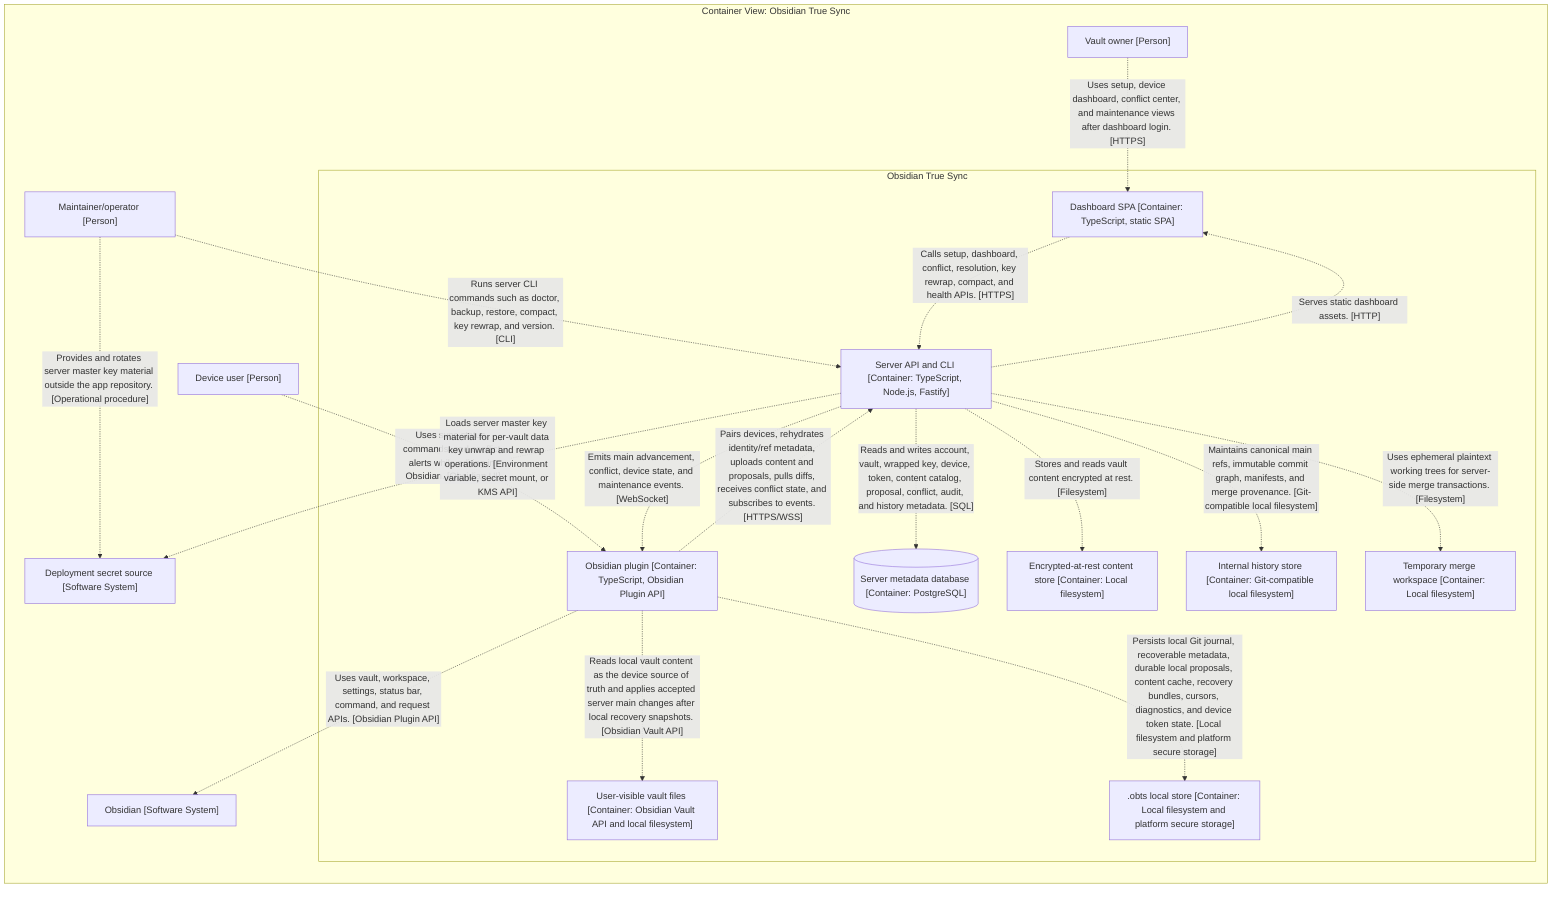
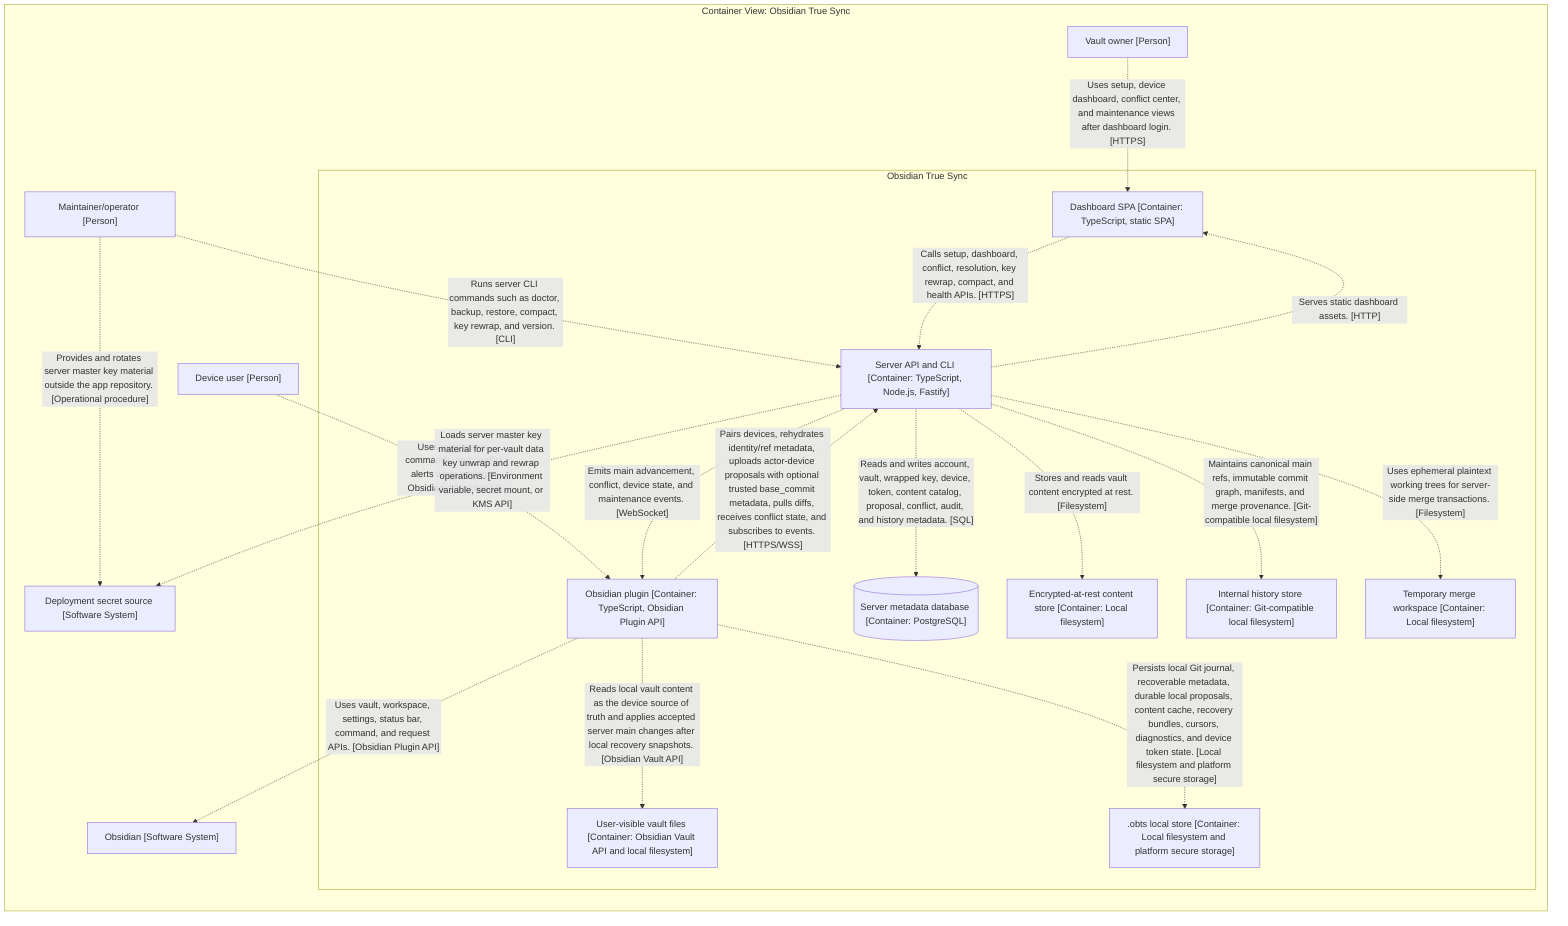
graph LR

  subgraph diagram ["Container View: Obsidian True Sync"]

    1["Vault owner [Person]"]
    2["Device user [Person]"]
    3["Maintainer/operator [Person]"]
    4["Obsidian [Software System]"]
    5["Deployment secret source [Software System]"]

    subgraph 6 ["Obsidian True Sync"]

      22["Dashboard SPA [Container: TypeScript, static SPA]"]
      29["Obsidian plugin [Container: TypeScript, Obsidian Plugin API]"]
      42["User-visible vault files [Container: Obsidian Vault API and local filesystem]"]
      43[".obts local store [Container: Local filesystem and platform secure storage]"]
      44[("Server metadata database [Container: PostgreSQL]")]
      45["Encrypted-at-rest content store [Container: Local filesystem]"]
      46["Internal history store [Container: Git-compatible local filesystem]"]
      47["Temporary merge workspace [Container: Local filesystem]"]
      7["Server API and CLI [Container: TypeScript, Node.js, Fastify]"]
    end

    3-. "Runs server CLI commands such as doctor, backup, restore, compact, key rewrap, and version. [CLI]" .->7
    3-. "Provides and rotates server master key material outside the app repository. [Operational procedure]" .->5
    1-. "Uses setup, device dashboard, conflict center, and maintenance views after dashboard login. [HTTPS]" .->22
    2-. "Uses sync status, commands, and conflict alerts while editing in Obsidian. [Obsidian UI]" .->29
    7-. "Serves static dashboard assets. [HTTP]" .->22
    22-. "Calls setup, dashboard, conflict, resolution, key rewrap, compact, and health APIs. [HTTPS]" .->7
    29-. "Uses vault, workspace, settings, status bar, command, and request APIs. [Obsidian Plugin API]" .->4
-     29-. "Pairs devices, rehydrates identity/ref metadata, uploads content and proposals, pulls diffs, receives conflict state, and subscribes to events. [HTTPS/WSS]" .->7
+     29-. "Pairs devices, rehydrates identity/ref metadata, uploads actor-device proposals with optional trusted base_commit metadata, pulls diffs, receives conflict state, and subscribes to events. [HTTPS/WSS]" .->7
    29-. "Reads local vault content as the device source of truth and applies accepted server main changes after local recovery snapshots. [Obsidian Vault API]" .->42
    29-. "Persists local Git journal, recoverable metadata, durable local proposals, content cache, recovery bundles, cursors, diagnostics, and device token state. [Local filesystem and platform secure storage]" .->43
    7-. "Loads server master key material for per-vault data key unwrap and rewrap operations. [Environment variable, secret mount, or KMS API]" .->5
    7-. "Reads and writes account, vault, wrapped key, device, token, content catalog, proposal, conflict, audit, and history metadata. [SQL]" .->44
    7-. "Stores and reads vault content encrypted at rest. [Filesystem]" .->45
    7-. "Maintains canonical main refs, immutable commit graph, manifests, and merge provenance. [Git-compatible local filesystem]" .->46
    7-. "Uses ephemeral plaintext working trees for server-side merge transactions. [Filesystem]" .->47
    7-. "Emits main advancement, conflict, device state, and maintenance events. [WebSocket]" .->29

  end
